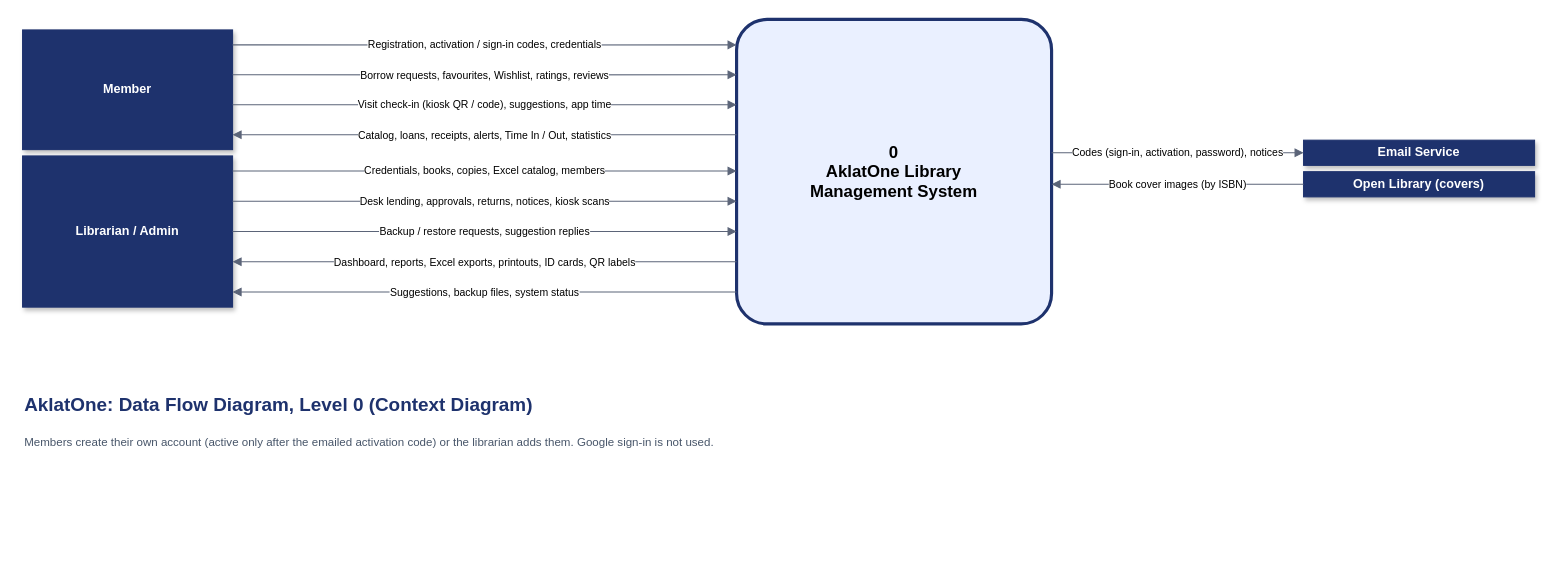
Above: page "DFD Level 0 - Context Diagram" (1 of 2) of docs/diagrams/AklatOne-DFD.drawio in Flynchmore/TNHS-AklatOne (draw.io), before the change. Source tidied: cells renumbered, new cells numbered last; positions are measured from the earlier drawing's top-left corner, leaving out a move shared by most shapes. Both pictures are drawn from the tidied source at 105%, with x=0, y=0 at pixel (22, 19).
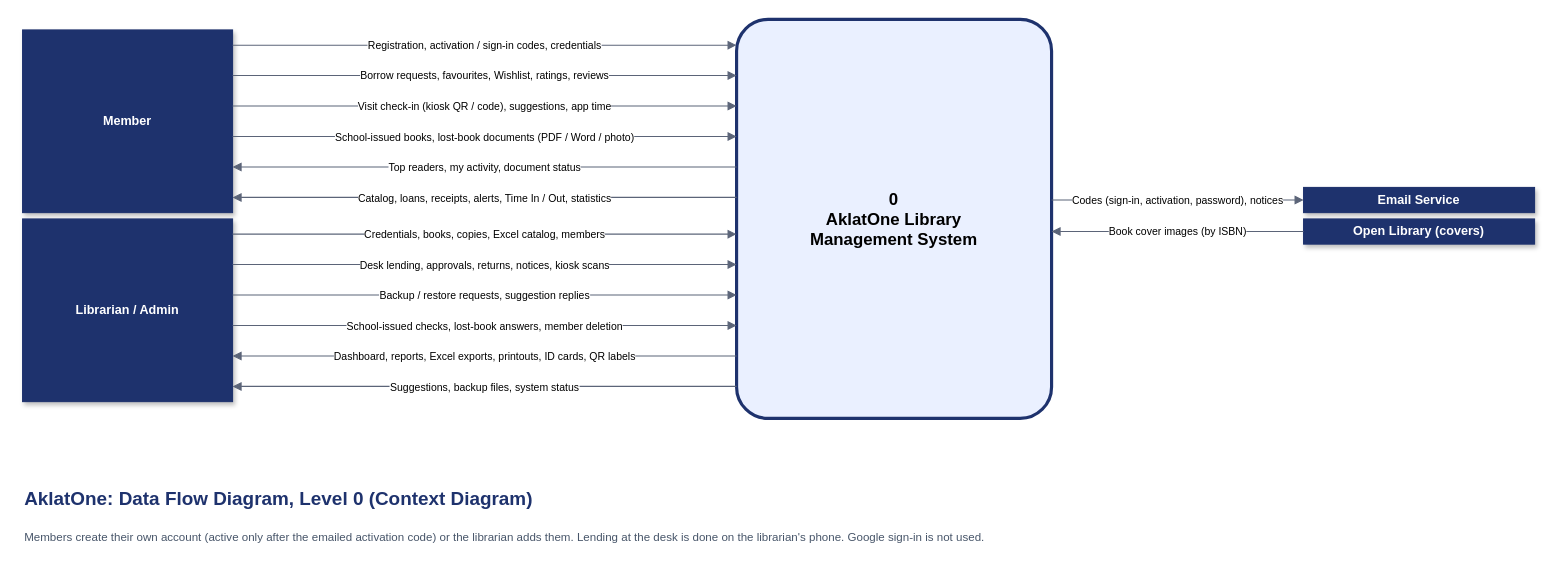
Above is the later version.

The edit, as a diff of the source:
```diff
@@
     <mxCell id="2" value="&lt;b&gt;0&lt;br&gt;AklatOne Library&lt;br&gt;Management System&lt;/b&gt;" style="rounded=1;arcSize=10;whiteSpace=wrap;html=1;fillColor=#EAF0FF;strokeColor=#1E326D;strokeWidth=3;fontSize=16;fontStyle=1;" parent="1" vertex="1">
-      <mxGeometry x="680" width="300" height="290" as="geometry" />
+      <mxGeometry x="680" width="300" height="380" as="geometry" />
     </mxCell>
     <mxCell id="3" value="Member" style="rounded=0;whiteSpace=wrap;html=1;fillColor=#1E326D;fontColor=#FFFFFF;strokeColor=#1E326D;fontStyle=1;fontSize=12;shadow=1;" parent="1" vertex="1">
-      <mxGeometry y="10" width="200" height="114" as="geometry" />
+      <mxGeometry y="10" width="200" height="174" as="geometry" />
     </mxCell>
-    <mxCell id="4" value="Registration, activation / sign-in codes, credentials" style="edgeStyle=orthogonalEdgeStyle;rounded=0;html=1;endArrow=block;endFill=1;endSize=6;strokeColor=#5B6478;fontSize=10;labelBackgroundColor=#FFFFFF;exitX=1;exitY=0.125;exitDx=0;exitDy=0;entryX=0;entryY=0.08362068965517241;entryDx=0;entryDy=0;" parent="1" edge="1" source="3" target="2">
+    <mxCell id="4" value="Registration, activation / sign-in codes, credentials" style="edgeStyle=orthogonalEdgeStyle;rounded=0;html=1;endArrow=block;endFill=1;endSize=6;strokeColor=#5B6478;fontSize=10;labelBackgroundColor=#FFFFFF;exitX=1;exitY=0.08333333333333333;exitDx=0;exitDy=0;entryX=0;entryY=0.06447368421052632;entryDx=0;entryDy=0;" parent="1" edge="1" source="3" target="2">
       <mxGeometry relative="1" as="geometry" />
     </mxCell>
-    <mxCell id="5" value="Borrow requests, favourites, Wishlist, ratings, reviews" style="edgeStyle=orthogonalEdgeStyle;rounded=0;html=1;endArrow=block;endFill=1;endSize=6;strokeColor=#5B6478;fontSize=10;labelBackgroundColor=#FFFFFF;exitX=1;exitY=0.375;exitDx=0;exitDy=0;entryX=0;entryY=0.18189655172413793;entryDx=0;entryDy=0;" parent="1" edge="1" source="3" target="2">
+    <mxCell id="5" value="Borrow requests, favourites, Wishlist, ratings, reviews" style="edgeStyle=orthogonalEdgeStyle;rounded=0;html=1;endArrow=block;endFill=1;endSize=6;strokeColor=#5B6478;fontSize=10;labelBackgroundColor=#FFFFFF;exitX=1;exitY=0.25;exitDx=0;exitDy=0;entryX=0;entryY=0.14078947368421052;entryDx=0;entryDy=0;" parent="1" edge="1" source="3" target="2">
       <mxGeometry relative="1" as="geometry" />
     </mxCell>
-    <mxCell id="6" value="Visit check-in (kiosk QR / code), suggestions, app time" style="edgeStyle=orthogonalEdgeStyle;rounded=0;html=1;endArrow=block;endFill=1;endSize=6;strokeColor=#5B6478;fontSize=10;labelBackgroundColor=#FFFFFF;exitX=1;exitY=0.625;exitDx=0;exitDy=0;entryX=0;entryY=0.2801724137931034;entryDx=0;entryDy=0;" parent="1" edge="1" source="3" target="2">
+    <mxCell id="6" value="Visit check-in (kiosk QR / code), suggestions, app time" style="edgeStyle=orthogonalEdgeStyle;rounded=0;html=1;endArrow=block;endFill=1;endSize=6;strokeColor=#5B6478;fontSize=10;labelBackgroundColor=#FFFFFF;exitX=1;exitY=0.4166666666666667;exitDx=0;exitDy=0;entryX=0;entryY=0.21710526315789475;entryDx=0;entryDy=0;" parent="1" edge="1" source="3" target="2">
       <mxGeometry relative="1" as="geometry" />
     </mxCell>
-    <mxCell id="7" value="Catalog, loans, receipts, alerts, Time In / Out, statistics" style="edgeStyle=orthogonalEdgeStyle;rounded=0;html=1;endArrow=block;endFill=1;endSize=6;strokeColor=#5B6478;fontSize=10;labelBackgroundColor=#FFFFFF;exitX=0;exitY=0.378448275862069;exitDx=0;exitDy=0;entryX=1;entryY=0.875;entryDx=0;entryDy=0;" parent="1" edge="1" source="2" target="3">
+    <mxCell id="7" value="School-issued books, lost-book documents (PDF / Word / photo)" style="edgeStyle=orthogonalEdgeStyle;rounded=0;html=1;endArrow=block;endFill=1;endSize=6;strokeColor=#5B6478;fontSize=10;labelBackgroundColor=#FFFFFF;exitX=1;exitY=0.5833333333333334;exitDx=0;exitDy=0;entryX=0;entryY=0.29342105263157897;entryDx=0;entryDy=0;" parent="1" edge="1" source="3" target="2">
       <mxGeometry relative="1" as="geometry" />
     </mxCell>
-    <mxCell id="8" value="Librarian / Admin" style="rounded=0;whiteSpace=wrap;html=1;fillColor=#1E326D;fontColor=#FFFFFF;strokeColor=#1E326D;fontStyle=1;fontSize=12;shadow=1;" parent="1" vertex="1">
-      <mxGeometry y="130" width="200" height="144" as="geometry" />
+    <mxCell id="8" value="Top readers, my activity, document status" style="edgeStyle=orthogonalEdgeStyle;rounded=0;html=1;endArrow=block;endFill=1;endSize=6;strokeColor=#5B6478;fontSize=10;labelBackgroundColor=#FFFFFF;exitX=0;exitY=0.36973684210526314;exitDx=0;exitDy=0;entryX=1;entryY=0.75;entryDx=0;entryDy=0;" parent="1" edge="1" source="2" target="3">
+      <mxGeometry relative="1" as="geometry" />
     </mxCell>
-    <mxCell id="9" value="Credentials, books, copies, Excel catalog, members" style="edgeStyle=orthogonalEdgeStyle;rounded=0;html=1;endArrow=block;endFill=1;endSize=6;strokeColor=#5B6478;fontSize=10;labelBackgroundColor=#FFFFFF;exitX=1;exitY=0.10000000000000003;exitDx=0;exitDy=0;entryX=0;entryY=0.49793103448275866;entryDx=0;entryDy=0;" parent="1" edge="1" source="8" target="2">
+    <mxCell id="9" value="Catalog, loans, receipts, alerts, Time In / Out, statistics" style="edgeStyle=orthogonalEdgeStyle;rounded=0;html=1;endArrow=block;endFill=1;endSize=6;strokeColor=#5B6478;fontSize=10;labelBackgroundColor=#FFFFFF;exitX=0;exitY=0.44605263157894737;exitDx=0;exitDy=0;entryX=1;entryY=0.9166666666666666;entryDx=0;entryDy=0;" parent="1" edge="1" source="2" target="3">
       <mxGeometry relative="1" as="geometry" />
     </mxCell>
-    <mxCell id="10" value="Desk lending, approvals, returns, notices, kiosk scans" style="edgeStyle=orthogonalEdgeStyle;rounded=0;html=1;endArrow=block;endFill=1;endSize=6;strokeColor=#5B6478;fontSize=10;labelBackgroundColor=#FFFFFF;exitX=1;exitY=0.29999999999999993;exitDx=0;exitDy=0;entryX=0;entryY=0.5972413793103448;entryDx=0;entryDy=0;" parent="1" edge="1" source="8" target="2">
-      <mxGeometry relative="1" as="geometry" />
+    <mxCell id="10" value="Librarian / Admin" style="rounded=0;whiteSpace=wrap;html=1;fillColor=#1E326D;fontColor=#FFFFFF;strokeColor=#1E326D;fontStyle=1;fontSize=12;shadow=1;" parent="1" vertex="1">
+      <mxGeometry y="190" width="200" height="174" as="geometry" />
     </mxCell>
-    <mxCell id="11" value="Backup / restore requests, suggestion replies" style="edgeStyle=orthogonalEdgeStyle;rounded=0;html=1;endArrow=block;endFill=1;endSize=6;strokeColor=#5B6478;fontSize=10;labelBackgroundColor=#FFFFFF;exitX=1;exitY=0.5;exitDx=0;exitDy=0;entryX=0;entryY=0.696551724137931;entryDx=0;entryDy=0;" parent="1" edge="1" source="8" target="2">
+    <mxCell id="11" value="Credentials, books, copies, Excel catalog, members" style="edgeStyle=orthogonalEdgeStyle;rounded=0;html=1;endArrow=block;endFill=1;endSize=6;strokeColor=#5B6478;fontSize=10;labelBackgroundColor=#FFFFFF;exitX=1;exitY=0.08333333333333333;exitDx=0;exitDy=0;entryX=0;entryY=0.5381578947368421;entryDx=0;entryDy=0;" parent="1" edge="1" source="10" target="2">
       <mxGeometry relative="1" as="geometry" />
     </mxCell>
-    <mxCell id="12" value="Dashboard, reports, Excel exports, printouts, ID cards, QR labels" style="edgeStyle=orthogonalEdgeStyle;rounded=0;html=1;endArrow=block;endFill=1;endSize=6;strokeColor=#5B6478;fontSize=10;labelBackgroundColor=#FFFFFF;exitX=0;exitY=0.7958620689655173;exitDx=0;exitDy=0;entryX=1;entryY=0.7000000000000001;entryDx=0;entryDy=0;" parent="1" edge="1" source="2" target="8">
+    <mxCell id="12" value="Desk lending, approvals, returns, notices, kiosk scans" style="edgeStyle=orthogonalEdgeStyle;rounded=0;html=1;endArrow=block;endFill=1;endSize=6;strokeColor=#5B6478;fontSize=10;labelBackgroundColor=#FFFFFF;exitX=1;exitY=0.25;exitDx=0;exitDy=0;entryX=0;entryY=0.6144736842105263;entryDx=0;entryDy=0;" parent="1" edge="1" source="10" target="2">
       <mxGeometry relative="1" as="geometry" />
     </mxCell>
-    <mxCell id="13" value="Suggestions, backup files, system status" style="edgeStyle=orthogonalEdgeStyle;rounded=0;html=1;endArrow=block;endFill=1;endSize=6;strokeColor=#5B6478;fontSize=10;labelBackgroundColor=#FFFFFF;exitX=0;exitY=0.8951724137931035;exitDx=0;exitDy=0;entryX=1;entryY=0.9000000000000001;entryDx=0;entryDy=0;" parent="1" edge="1" source="2" target="8">
+    <mxCell id="13" value="Backup / restore requests, suggestion replies" style="edgeStyle=orthogonalEdgeStyle;rounded=0;html=1;endArrow=block;endFill=1;endSize=6;strokeColor=#5B6478;fontSize=10;labelBackgroundColor=#FFFFFF;exitX=1;exitY=0.4166666666666667;exitDx=0;exitDy=0;entryX=0;entryY=0.6907894736842105;entryDx=0;entryDy=0;" parent="1" edge="1" source="10" target="2">
       <mxGeometry relative="1" as="geometry" />
     </mxCell>
-    <mxCell id="14" value="Email Service" style="rounded=0;whiteSpace=wrap;html=1;fillColor=#1E326D;fontColor=#FFFFFF;strokeColor=#1E326D;fontStyle=1;fontSize=12;shadow=1;" parent="1" vertex="1">
-      <mxGeometry x="1220" y="115" width="220" height="24" as="geometry" />
+    <mxCell id="14" value="School-issued checks, lost-book answers, member deletion" style="edgeStyle=orthogonalEdgeStyle;rounded=0;html=1;endArrow=block;endFill=1;endSize=6;strokeColor=#5B6478;fontSize=10;labelBackgroundColor=#FFFFFF;exitX=1;exitY=0.5833333333333334;exitDx=0;exitDy=0;entryX=0;entryY=0.7671052631578947;entryDx=0;entryDy=0;" parent="1" edge="1" source="10" target="2">
+      <mxGeometry relative="1" as="geometry" />
     </mxCell>
-    <mxCell id="15" value="Codes (sign-in, activation, password), notices" style="edgeStyle=orthogonalEdgeStyle;rounded=0;html=1;endArrow=block;endFill=1;endSize=6;strokeColor=#5B6478;fontSize=10;labelBackgroundColor=#FFFFFF;exitX=1;exitY=0.4379310344827586;exitDx=0;exitDy=0;entryX=0;entryY=0.5;entryDx=0;entryDy=0;" parent="1" edge="1" source="2" target="14">
+    <mxCell id="15" value="Dashboard, reports, Excel exports, printouts, ID cards, QR labels" style="edgeStyle=orthogonalEdgeStyle;rounded=0;html=1;endArrow=block;endFill=1;endSize=6;strokeColor=#5B6478;fontSize=10;labelBackgroundColor=#FFFFFF;exitX=0;exitY=0.843421052631579;exitDx=0;exitDy=0;entryX=1;entryY=0.75;entryDx=0;entryDy=0;" parent="1" edge="1" source="2" target="10">
       <mxGeometry relative="1" as="geometry" />
     </mxCell>
-    <mxCell id="16" value="Open Library (covers)" style="rounded=0;whiteSpace=wrap;html=1;fillColor=#1E326D;fontColor=#FFFFFF;strokeColor=#1E326D;fontStyle=1;fontSize=12;shadow=1;" parent="1" vertex="1">
-      <mxGeometry x="1220" y="145" width="220" height="24" as="geometry" />
+    <mxCell id="16" value="Suggestions, backup files, system status" style="edgeStyle=orthogonalEdgeStyle;rounded=0;html=1;endArrow=block;endFill=1;endSize=6;strokeColor=#5B6478;fontSize=10;labelBackgroundColor=#FFFFFF;exitX=0;exitY=0.9197368421052632;exitDx=0;exitDy=0;entryX=1;entryY=0.9166666666666666;entryDx=0;entryDy=0;" parent="1" edge="1" source="2" target="10">
+      <mxGeometry relative="1" as="geometry" />
     </mxCell>
-    <mxCell id="17" value="Book cover images (by ISBN)" style="edgeStyle=orthogonalEdgeStyle;rounded=0;html=1;endArrow=block;endFill=1;endSize=6;strokeColor=#5B6478;fontSize=10;labelBackgroundColor=#FFFFFF;exitX=0;exitY=0.5;exitDx=0;exitDy=0;entryX=1;entryY=0.5413793103448276;entryDx=0;entryDy=0;" parent="1" edge="1" source="16" target="2">
-      <mxGeometry relative="1" as="geometry" />
+    <mxCell id="17" value="Email Service" style="rounded=0;whiteSpace=wrap;html=1;fillColor=#1E326D;fontColor=#FFFFFF;strokeColor=#1E326D;fontStyle=1;fontSize=12;shadow=1;" parent="1" vertex="1">
+      <mxGeometry x="1220" y="160" width="220" height="24" as="geometry" />
     </mxCell>
-    <mxCell id="18" value="AklatOne: Data Flow Diagram, Level 0 (Context Diagram)" style="text;html=1;align=left;verticalAlign=middle;fontSize=18;fontStyle=1;fontColor=#1E326D;" parent="1" vertex="1">
-      <mxGeometry y="350" width="1200" height="34" as="geometry" />
+    <mxCell id="18" value="Codes (sign-in, activation, password), notices" style="edgeStyle=orthogonalEdgeStyle;rounded=0;html=1;endArrow=block;endFill=1;endSize=6;strokeColor=#5B6478;fontSize=10;labelBackgroundColor=#FFFFFF;exitX=1;exitY=0.45263157894736844;exitDx=0;exitDy=0;entryX=0;entryY=0.5;entryDx=0;entryDy=0;" parent="1" edge="1" source="2" target="17">
+      <mxGeometry relative="1" as="geometry" />
     </mxCell>
-    <mxCell id="19" value="Members create their own account (active only after the emailed activation code) or the librarian adds them. Google sign-in is not used." style="text;html=1;align=left;verticalAlign=top;whiteSpace=wrap;fontSize=11;fontColor=#475569;" parent="1" vertex="1">
-      <mxGeometry y="390" width="1300" height="24" as="geometry" />
+    <mxCell id="19" value="Open Library (covers)" style="rounded=0;whiteSpace=wrap;html=1;fillColor=#1E326D;fontColor=#FFFFFF;strokeColor=#1E326D;fontStyle=1;fontSize=12;shadow=1;" parent="1" vertex="1">
+      <mxGeometry x="1220" y="190" width="220" height="24" as="geometry" />
     </mxCell>
+    <mxCell id="20" value="Book cover images (by ISBN)" style="edgeStyle=orthogonalEdgeStyle;rounded=0;html=1;endArrow=block;endFill=1;endSize=6;strokeColor=#5B6478;fontSize=10;labelBackgroundColor=#FFFFFF;exitX=0;exitY=0.5;exitDx=0;exitDy=0;entryX=1;entryY=0.531578947368421;entryDx=0;entryDy=0;" parent="1" edge="1" source="19" target="2">
+      <mxGeometry relative="1" as="geometry" />
+    </mxCell>
+    <mxCell id="21" value="AklatOne: Data Flow Diagram, Level 0 (Context Diagram)" style="text;html=1;align=left;verticalAlign=middle;fontSize=18;fontStyle=1;fontColor=#1E326D;" parent="1" vertex="1">
+      <mxGeometry y="440" width="1200" height="34" as="geometry" />
+    </mxCell>
+    <mxCell id="22" value="Members create their own account (active only after the emailed activation code) or the librarian adds them. Lending at the desk is done on the librarian&amp;#x27;s phone. Google sign-in is not used." style="text;html=1;align=left;verticalAlign=top;whiteSpace=wrap;fontSize=11;fontColor=#475569;" parent="1" vertex="1">
+      <mxGeometry y="480" width="1300" height="24" as="geometry" />
+    </mxCell>
```
